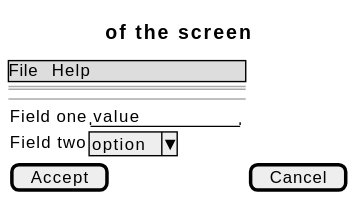
Earlier version of the PlantUML export docs/01-requirements/use-cases/sendMessage/wireframes.svg (didactika/kampus).
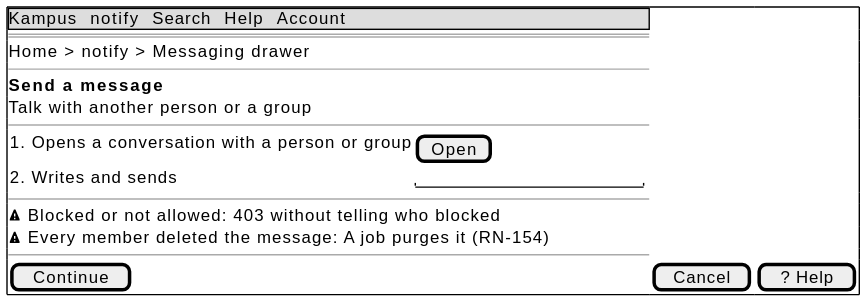
Above is the later version.

What changed in the source:
```diff
@@ -1,13 +1,20 @@
 @startsalt
-{
-  {* File | Help }
+{+
+  {* Kampus | notify | Search | Help | Account }
   ==
-  Title of the screen
+  Home > notify > Messaging drawer
+  --
+  <b>Send a message
+  Talk with another person or a group
   --
   {
-    Field one | "value        "
-    Field two | ^option^
+    1. Opens a conversation with a person or group | [ Open ]
+    2. Writes and sends | "                    "
   }
-  [ Accept ] | [ Cancel ]
+  --
+  <&warning> Blocked or not allowed: 403 without telling who blocked
+  <&warning> Every member deleted the message: A job purges it (RN-154)
+  --
+  [ Continue ] | [ Cancel ] | [ ? Help ]
 }
 @endsalt
```
